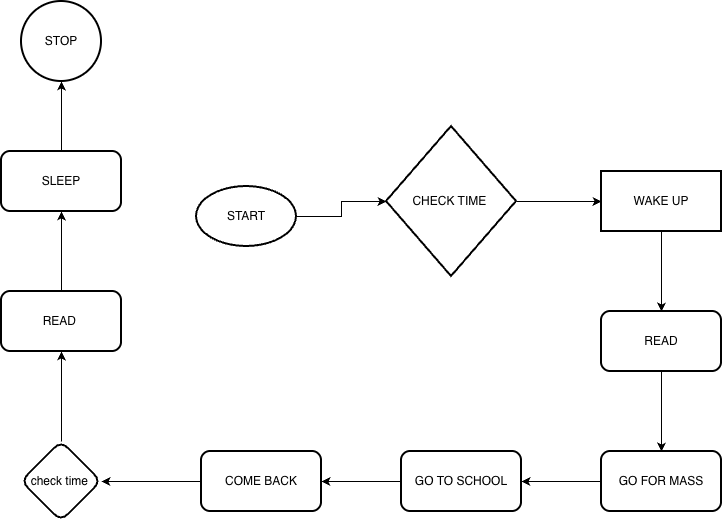
This is week_2/Project_1/Routine.png from ceetek1/c.chukwurahCOS102, a draw.io export, as it was before one commit. Source tidied: cells renumbered, new cells last; positions are measured from the earlier drawing's top-left corner, leaving out a move shared by most shapes. Its diagram source:
```xml
<mxGraphModel>
  <root>
    <mxCell id="0" />
    <mxCell id="1" parent="0" />
    <mxCell id="2" style="edgeStyle=orthogonalEdgeStyle;rounded=0;jettySize=auto;html=1;" parent="1" edge="1" source="3" target="5">
      <mxGeometry relative="1" as="geometry" />
    </mxCell>
    <mxCell id="3" value="START" style="strokeWidth=2;html=1;shape=mxgraph.flowchart.start_1;whiteSpace=wrap;" parent="1" vertex="1">
      <mxGeometry x="195" y="185" width="100" height="60" as="geometry" />
    </mxCell>
    <mxCell id="4" style="edgeStyle=orthogonalEdgeStyle;rounded=0;jettySize=auto;html=1;" parent="1" edge="1" source="5" target="7">
      <mxGeometry relative="1" as="geometry" />
    </mxCell>
    <mxCell id="5" value="CHECK TIME&amp;nbsp;" style="rhombus;whiteSpace=wrap;html=1;strokeWidth=2;" parent="1" vertex="1">
      <mxGeometry x="385" y="125" width="130" height="150" as="geometry" />
    </mxCell>
    <mxCell id="6" style="edgeStyle=orthogonalEdgeStyle;rounded=0;jettySize=auto;html=1;" parent="1" edge="1" source="7" target="9">
      <mxGeometry relative="1" as="geometry" />
    </mxCell>
    <mxCell id="7" value="WAKE UP" style="whiteSpace=wrap;html=1;strokeWidth=2;" parent="1" vertex="1">
      <mxGeometry x="600" y="170" width="120" height="60" as="geometry" />
    </mxCell>
    <mxCell id="8" style="edgeStyle=orthogonalEdgeStyle;rounded=0;jettySize=auto;html=1;" parent="1" edge="1" source="9" target="11">
      <mxGeometry relative="1" as="geometry" />
    </mxCell>
    <mxCell id="9" value="READ" style="rounded=1;whiteSpace=wrap;html=1;strokeWidth=2;" parent="1" vertex="1">
      <mxGeometry x="600" y="310" width="120" height="60" as="geometry" />
    </mxCell>
    <mxCell id="10" style="edgeStyle=orthogonalEdgeStyle;rounded=0;jettySize=auto;html=1;" parent="1" edge="1" source="11" target="13">
      <mxGeometry relative="1" as="geometry" />
    </mxCell>
    <mxCell id="11" value="GO FOR MASS" style="whiteSpace=wrap;html=1;rounded=1;strokeWidth=2;" parent="1" vertex="1">
      <mxGeometry x="600" y="450" width="120" height="60" as="geometry" />
    </mxCell>
    <mxCell id="12" style="edgeStyle=orthogonalEdgeStyle;rounded=0;jettySize=auto;html=1;" parent="1" edge="1" source="13" target="15">
      <mxGeometry relative="1" as="geometry" />
    </mxCell>
    <mxCell id="13" value="GO TO SCHOOL" style="rounded=1;whiteSpace=wrap;html=1;strokeWidth=2;" parent="1" vertex="1">
      <mxGeometry x="400" y="450" width="120" height="60" as="geometry" />
    </mxCell>
    <mxCell id="14" style="edgeStyle=orthogonalEdgeStyle;rounded=0;jettySize=auto;html=1;" parent="1" edge="1" source="15" target="17">
      <mxGeometry relative="1" as="geometry" />
    </mxCell>
    <mxCell id="15" value="COME BACK" style="rounded=1;whiteSpace=wrap;html=1;strokeWidth=2;" parent="1" vertex="1">
      <mxGeometry x="200" y="450" width="120" height="60" as="geometry" />
    </mxCell>
    <mxCell id="16" style="edgeStyle=orthogonalEdgeStyle;rounded=0;jettySize=auto;html=1;" parent="1" edge="1" source="17" target="19">
      <mxGeometry relative="1" as="geometry" />
    </mxCell>
    <mxCell id="17" value="check time&amp;nbsp;" style="rhombus;whiteSpace=wrap;html=1;rounded=1;strokeWidth=2;" parent="1" vertex="1">
      <mxGeometry x="20" y="440" width="80" height="80" as="geometry" />
    </mxCell>
    <mxCell id="18" style="edgeStyle=orthogonalEdgeStyle;rounded=0;jettySize=auto;html=1;" parent="1" edge="1" source="19" target="21">
      <mxGeometry relative="1" as="geometry" />
    </mxCell>
    <mxCell id="19" value="READ&amp;nbsp;" style="whiteSpace=wrap;html=1;rounded=1;strokeWidth=2;" parent="1" vertex="1">
      <mxGeometry y="290" width="120" height="60" as="geometry" />
    </mxCell>
    <mxCell id="20" style="edgeStyle=orthogonalEdgeStyle;rounded=0;jettySize=auto;html=1;" parent="1" edge="1" source="21" target="22">
      <mxGeometry relative="1" as="geometry" />
    </mxCell>
    <mxCell id="21" value="SLEEP" style="whiteSpace=wrap;html=1;rounded=1;strokeWidth=2;" parent="1" vertex="1">
      <mxGeometry y="150" width="120" height="60" as="geometry" />
    </mxCell>
    <mxCell id="22" value="STOP" style="ellipse;whiteSpace=wrap;html=1;rounded=1;strokeWidth=2;" parent="1" vertex="1">
      <mxGeometry x="20" width="80" height="80" as="geometry" />
    </mxCell>
  </root>
</mxGraphModel>
```
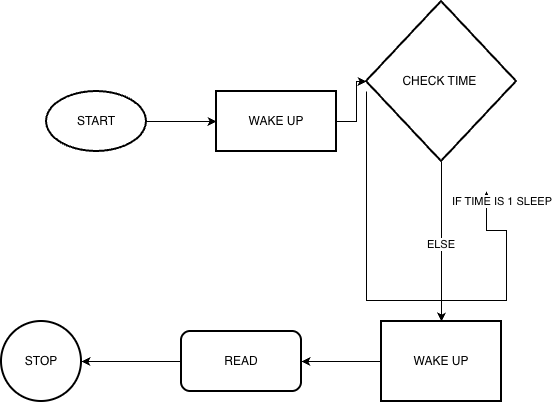
After the change.

What changed in the source:
```diff
@@ -2,68 +2,57 @@
   <root>
     <mxCell id="0" />
     <mxCell id="1" parent="0" />
-    <mxCell id="2" style="edgeStyle=orthogonalEdgeStyle;rounded=0;jettySize=auto;html=1;" parent="1" edge="1" source="3" target="5">
-      <mxGeometry relative="1" as="geometry" />
-    </mxCell>
+    <mxCell id="23" style="edgeStyle=orthogonalEdgeStyle;rounded=0;jettySize=auto;html=1;" parent="1" edge="1" source="3" target="25">
+      <mxGeometry relative="1" as="geometry" />
+    </mxCell>
     <mxCell id="3" value="START" style="strokeWidth=2;html=1;shape=mxgraph.flowchart.start_1;whiteSpace=wrap;" parent="1" vertex="1">
       <mxGeometry x="195" y="185" width="100" height="60" as="geometry" />
     </mxCell>
-    <mxCell id="4" style="edgeStyle=orthogonalEdgeStyle;rounded=0;jettySize=auto;html=1;" parent="1" edge="1" source="5" target="7">
-      <mxGeometry relative="1" as="geometry" />
-    </mxCell>
+    <mxCell id="24" style="edgeStyle=orthogonalEdgeStyle;rounded=0;jettySize=auto;html=1;" parent="1" edge="1" source="25" target="5">
+      <mxGeometry relative="1" as="geometry" />
+    </mxCell>
+    <mxCell id="25" value="WAKE UP" style="whiteSpace=wrap;html=1;strokeWidth=2;" parent="1" vertex="1">
+      <mxGeometry x="365" y="185" width="120" height="60" as="geometry" />
+    </mxCell>
+    <mxCell id="26" style="edgeStyle=orthogonalEdgeStyle;rounded=0;orthogonalLoop=1;jettySize=auto;html=1;" parent="1" edge="1">
+      <mxGeometry relative="1" as="geometry">
+        <mxPoint x="515" y="185" as="sourcePoint" />
+        <mxPoint x="635" y="285" as="targetPoint" />
+        <Array as="points">
+          <mxPoint x="515" y="394" />
+          <mxPoint x="655" y="394" />
+          <mxPoint x="655" y="324" />
+        </Array>
+      </mxGeometry>
+    </mxCell>
+    <mxCell id="27" value="IF TIME IS 1 SLEEP&amp;nbsp;" style="edgeLabel;html=1;align=center;verticalAlign=middle;" parent="26" vertex="1">
+      <mxGeometry x="0.96" y="1" relative="1" as="geometry">
+        <mxPoint x="17" as="offset" />
+      </mxGeometry>
+    </mxCell>
+    <mxCell id="28" style="edgeStyle=orthogonalEdgeStyle;rounded=0;jettySize=auto;html=1;" parent="1" edge="1" source="5" target="31">
+      <mxGeometry relative="1" as="geometry" />
+    </mxCell>
+    <mxCell id="29" value="ELSE&amp;nbsp;" style="edgeLabel;html=1;align=center;verticalAlign=middle;" parent="28" vertex="1">
+      <mxGeometry x="0.03" relative="1" as="geometry" />
+    </mxCell>
     <mxCell id="5" value="CHECK TIME&amp;nbsp;" style="rhombus;whiteSpace=wrap;html=1;strokeWidth=2;" parent="1" vertex="1">
-      <mxGeometry x="385" y="125" width="130" height="150" as="geometry" />
+      <mxGeometry x="515" y="95" width="150" height="160" as="geometry" />
     </mxCell>
-    <mxCell id="6" style="edgeStyle=orthogonalEdgeStyle;rounded=0;jettySize=auto;html=1;" parent="1" edge="1" source="7" target="9">
-      <mxGeometry relative="1" as="geometry" />
-    </mxCell>
-    <mxCell id="7" value="WAKE UP" style="whiteSpace=wrap;html=1;strokeWidth=2;" parent="1" vertex="1">
-      <mxGeometry x="600" y="170" width="120" height="60" as="geometry" />
-    </mxCell>
-    <mxCell id="8" style="edgeStyle=orthogonalEdgeStyle;rounded=0;jettySize=auto;html=1;" parent="1" edge="1" source="9" target="11">
-      <mxGeometry relative="1" as="geometry" />
-    </mxCell>
+    <mxCell id="30" style="edgeStyle=orthogonalEdgeStyle;rounded=0;jettySize=auto;html=1;" parent="1" edge="1" source="31" target="9">
+      <mxGeometry relative="1" as="geometry" />
+    </mxCell>
+    <mxCell id="31" value="WAKE UP" style="whiteSpace=wrap;html=1;strokeWidth=2;" parent="1" vertex="1">
+      <mxGeometry x="530" y="415" width="120" height="80" as="geometry" />
+    </mxCell>
+    <mxCell id="32" style="edgeStyle=orthogonalEdgeStyle;rounded=0;jettySize=auto;html=1;" parent="1" edge="1" source="9" target="22">
+      <mxGeometry relative="1" as="geometry" />
+    </mxCell>
     <mxCell id="9" value="READ" style="rounded=1;whiteSpace=wrap;html=1;strokeWidth=2;" parent="1" vertex="1">
-      <mxGeometry x="600" y="310" width="120" height="60" as="geometry" />
+      <mxGeometry x="330" y="425" width="120" height="60" as="geometry" />
     </mxCell>
-    <mxCell id="10" style="edgeStyle=orthogonalEdgeStyle;rounded=0;jettySize=auto;html=1;" parent="1" edge="1" source="11" target="13">
-      <mxGeometry relative="1" as="geometry" />
-    </mxCell>
-    <mxCell id="11" value="GO FOR MASS" style="whiteSpace=wrap;html=1;rounded=1;strokeWidth=2;" parent="1" vertex="1">
-      <mxGeometry x="600" y="450" width="120" height="60" as="geometry" />
-    </mxCell>
-    <mxCell id="12" style="edgeStyle=orthogonalEdgeStyle;rounded=0;jettySize=auto;html=1;" parent="1" edge="1" source="13" target="15">
-      <mxGeometry relative="1" as="geometry" />
-    </mxCell>
-    <mxCell id="13" value="GO TO SCHOOL" style="rounded=1;whiteSpace=wrap;html=1;strokeWidth=2;" parent="1" vertex="1">
-      <mxGeometry x="400" y="450" width="120" height="60" as="geometry" />
-    </mxCell>
-    <mxCell id="14" style="edgeStyle=orthogonalEdgeStyle;rounded=0;jettySize=auto;html=1;" parent="1" edge="1" source="15" target="17">
-      <mxGeometry relative="1" as="geometry" />
-    </mxCell>
-    <mxCell id="15" value="COME BACK" style="rounded=1;whiteSpace=wrap;html=1;strokeWidth=2;" parent="1" vertex="1">
-      <mxGeometry x="200" y="450" width="120" height="60" as="geometry" />
-    </mxCell>
-    <mxCell id="16" style="edgeStyle=orthogonalEdgeStyle;rounded=0;jettySize=auto;html=1;" parent="1" edge="1" source="17" target="19">
-      <mxGeometry relative="1" as="geometry" />
-    </mxCell>
-    <mxCell id="17" value="check time&amp;nbsp;" style="rhombus;whiteSpace=wrap;html=1;rounded=1;strokeWidth=2;" parent="1" vertex="1">
-      <mxGeometry x="20" y="440" width="80" height="80" as="geometry" />
-    </mxCell>
-    <mxCell id="18" style="edgeStyle=orthogonalEdgeStyle;rounded=0;jettySize=auto;html=1;" parent="1" edge="1" source="19" target="21">
-      <mxGeometry relative="1" as="geometry" />
-    </mxCell>
-    <mxCell id="19" value="READ&amp;nbsp;" style="whiteSpace=wrap;html=1;rounded=1;strokeWidth=2;" parent="1" vertex="1">
-      <mxGeometry y="290" width="120" height="60" as="geometry" />
-    </mxCell>
-    <mxCell id="20" style="edgeStyle=orthogonalEdgeStyle;rounded=0;jettySize=auto;html=1;" parent="1" edge="1" source="21" target="22">
-      <mxGeometry relative="1" as="geometry" />
-    </mxCell>
-    <mxCell id="21" value="SLEEP" style="whiteSpace=wrap;html=1;rounded=1;strokeWidth=2;" parent="1" vertex="1">
-      <mxGeometry y="150" width="120" height="60" as="geometry" />
-    </mxCell>
     <mxCell id="22" value="STOP" style="ellipse;whiteSpace=wrap;html=1;rounded=1;strokeWidth=2;" parent="1" vertex="1">
-      <mxGeometry x="20" width="80" height="80" as="geometry" />
+      <mxGeometry x="150" y="415" width="80" height="80" as="geometry" />
     </mxCell>
   </root>
 </mxGraphModel>
```
